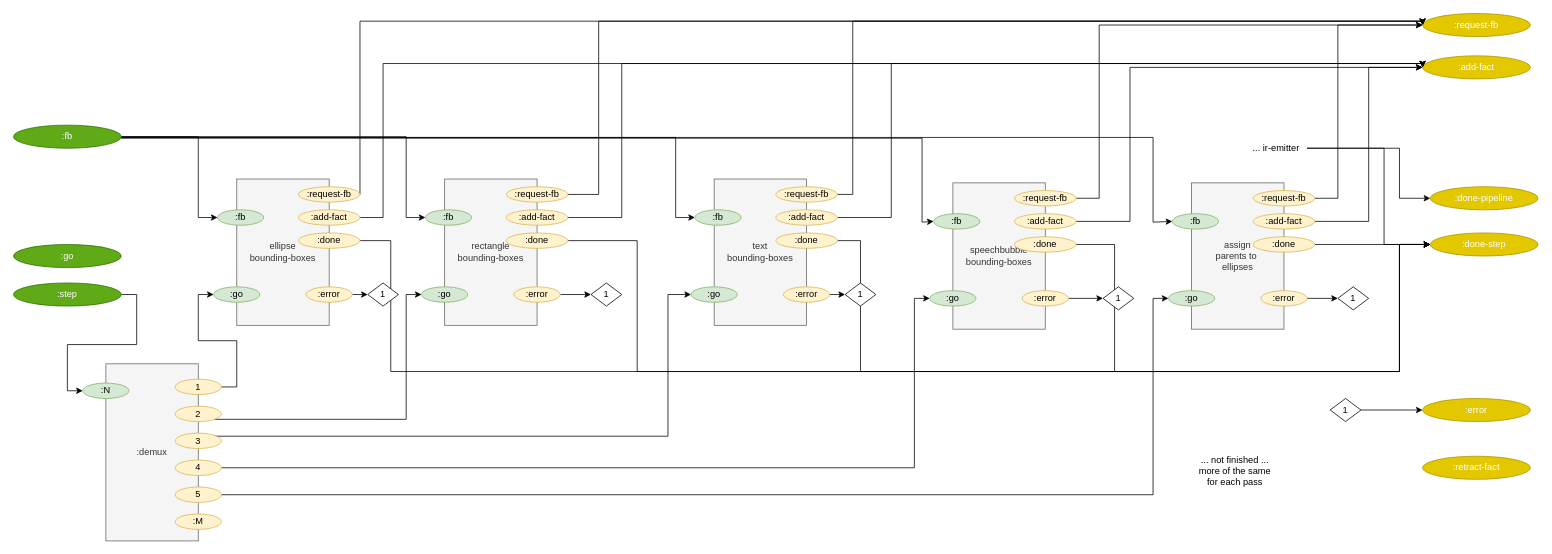
Earlier version of the draw.io diagram page "1. Passes" (7 of 7) of svg/cl-compiler/doc/V3-compiler.drawio (bmfbp/bmfbp). Source tidied: cells renumbered, new cells numbered last; positions are measured from the earlier drawing's top-left corner, leaving out a move shared by most shapes. Both pictures are drawn from the tidied source at 77%, with x=0, y=0 at pixel (13, 13).
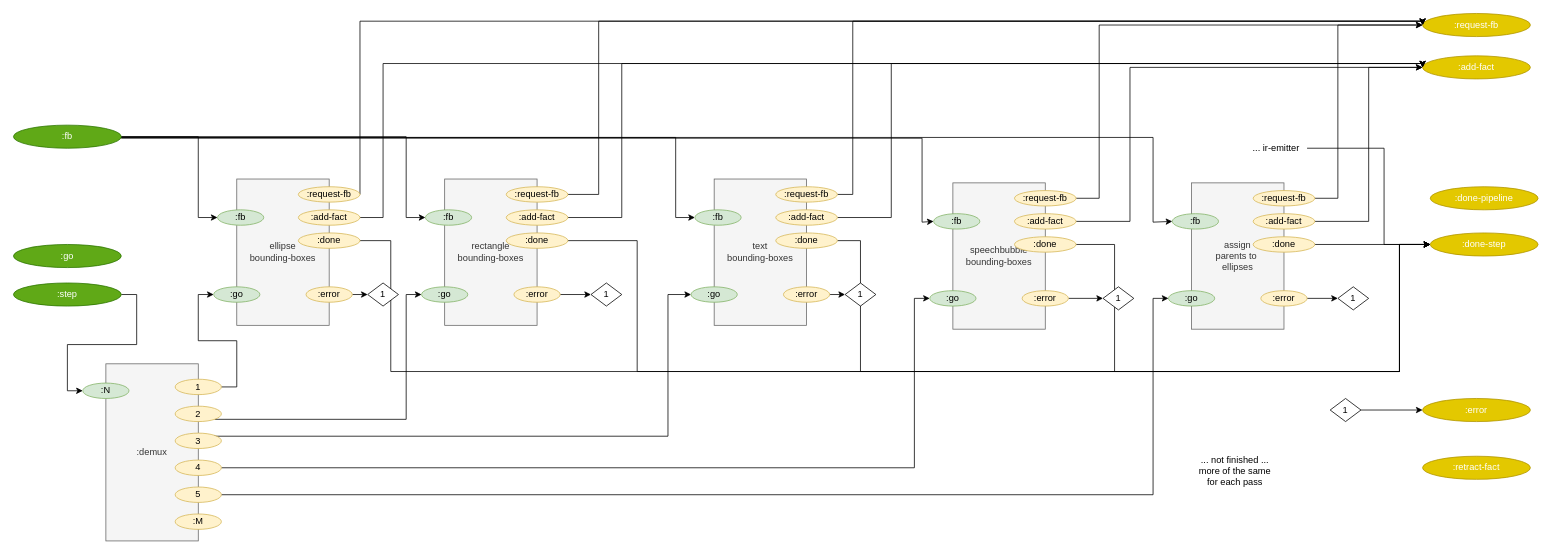
Above is the later version.

The change refers to these unchanged cells:
```xml
<mxCell id="92" value=":done-pipeline" style="ellipse;whiteSpace=wrap;html=1;fillColor=#e3c800;strokeColor=#B09500;fontColor=#ffffff;" parent="1" vertex="1">
  <mxGeometry x="1840" y="225" width="140" height="30" as="geometry" />
</mxCell>
<mxCell id="95" value="... ir-emitter" style="text;html=1;strokeColor=none;fillColor=none;align=center;verticalAlign=middle;whiteSpace=wrap;rounded=0;" parent="1" vertex="1">
  <mxGeometry x="1600" y="155" width="80" height="40" as="geometry" />
</mxCell>
```

Change to the diagram source:
```diff
@@
-    <mxCell id="93" style="edgeStyle=orthogonalEdgeStyle;rounded=0;jettySize=auto;html=1;exitX=1;exitY=0.5;exitDx=0;exitDy=0;entryX=0;entryY=0.5;entryDx=0;entryDy=0;" parent="1" edge="1" source="95" target="92">
-      <mxGeometry relative="1" as="geometry">
-        <Array as="points">
-          <mxPoint x="1800" y="175" />
-          <mxPoint x="1800" y="240" />
-        </Array>
-      </mxGeometry>
-    </mxCell>
```
